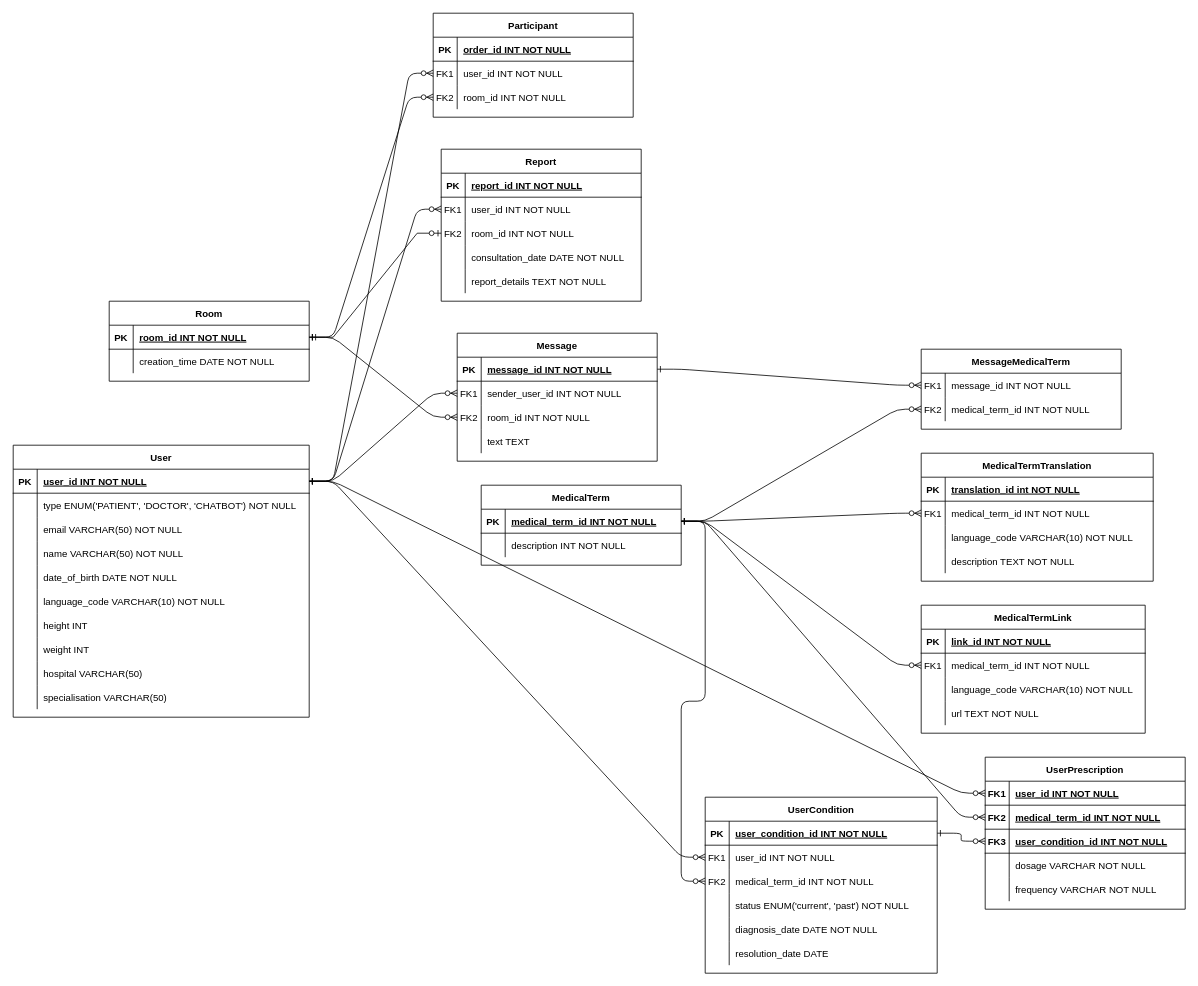
chrisrauch193/HEAL-frontend keeps this draw.io diagram as Untitled Diagram.drawio. Above is the earlier version. Source tidied: cells renumbered, new cells numbered last; positions are measured from the earlier drawing's top-left corner, leaving out a move shared by most shapes. Both pictures are drawn from the tidied source at 80%, with x=0, y=0 at pixel (13, 13).
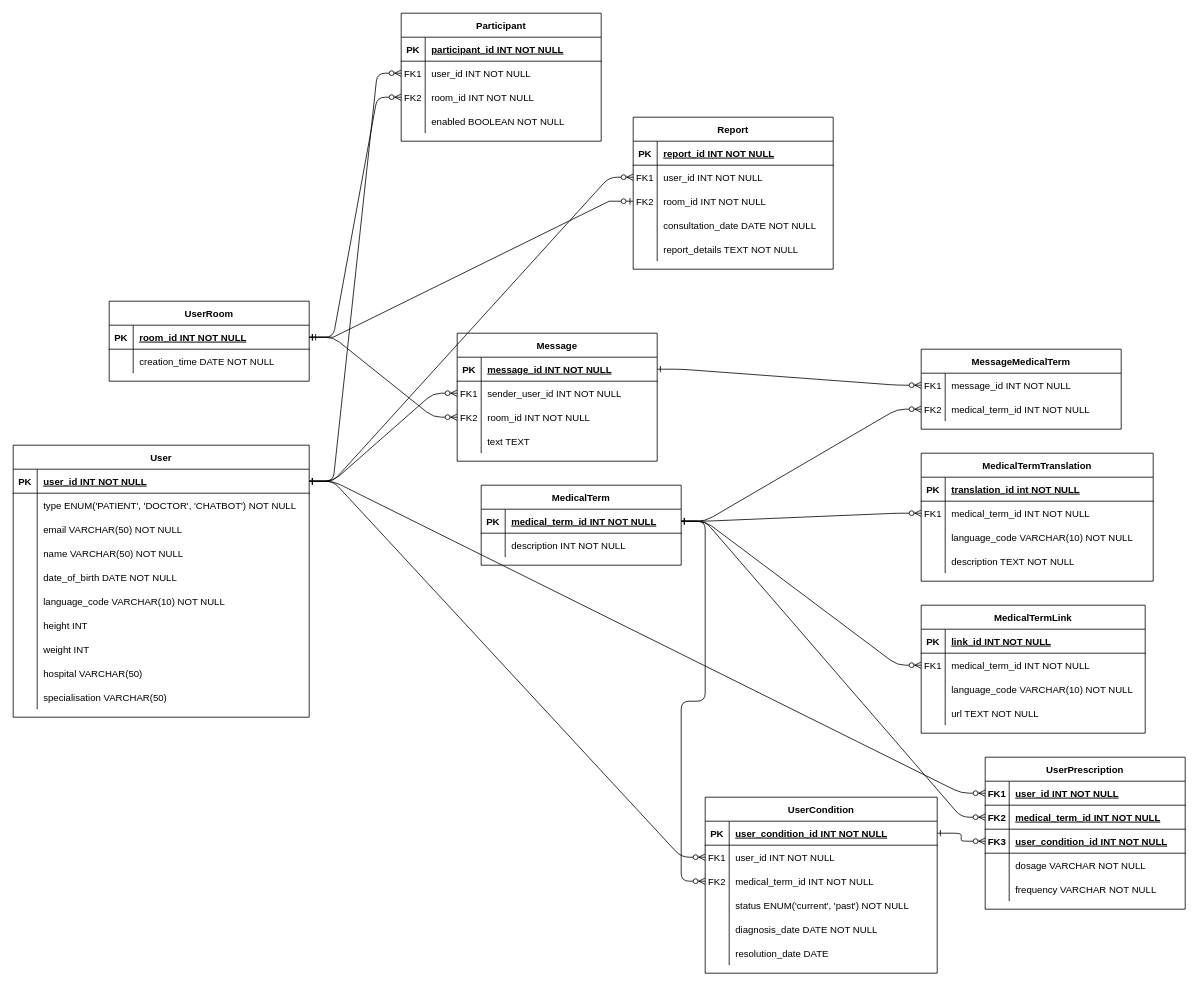
The same diagram, later.

The change refers to these unchanged cells:
```xml
<mxCell id="5" style="shape=partialRectangle;fillColor=none;top=0;left=0;right=0;bottom=1;" parent="4" vertex="1">
  <mxGeometry y="30" width="250" height="30" as="geometry" />
</mxCell>
```

Diff of the diagram source:
```diff
@@
     <mxCell id="4" value="Participant" style="shape=table;startSize=30;childLayout=tableLayout;rowLines=0;fontStyle=1;align=center;" parent="1" vertex="1">
-      <mxGeometry x="525" width="250" height="130" as="geometry" />
+      <mxGeometry x="485" width="250" height="160" as="geometry" />
     </mxCell>
@@
-    <mxCell id="7" value="order_id INT NOT NULL " style="shape=partialRectangle;overflow=hidden;fillColor=none;top=0;left=0;bottom=0;right=0;align=left;spacingLeft=6;fontStyle=5;" parent="5" vertex="1">
+    <mxCell id="7" value="participant_id INT NOT NULL " style="shape=partialRectangle;overflow=hidden;fillColor=none;top=0;left=0;bottom=0;right=0;align=left;spacingLeft=6;fontStyle=5;" parent="5" vertex="1">
       <mxGeometry x="30" width="220" height="30" as="geometry" />
     </mxCell>
@@
+    <mxCell id="169" style="shape=partialRectangle;fillColor=none;top=0;left=0;right=0;bottom=0;" parent="4" vertex="1">
+      <mxGeometry y="120" width="250" height="30" as="geometry" />
+    </mxCell>
+    <mxCell id="170" style="shape=partialRectangle;overflow=hidden;fillColor=none;top=0;left=0;bottom=0;right=0;" parent="169" vertex="1">
+      <mxGeometry width="30" height="30" as="geometry" />
+    </mxCell>
+    <mxCell id="171" value="enabled BOOLEAN NOT NULL" style="shape=partialRectangle;overflow=hidden;fillColor=none;top=0;left=0;bottom=0;right=0;align=left;spacingLeft=6;" parent="169" vertex="1">
+      <mxGeometry x="30" width="220" height="30" as="geometry" />
+    </mxCell>
-    <mxCell id="14" value="Room" style="shape=table;startSize=30;childLayout=tableLayout;rowLines=0;fontStyle=1;align=center;" parent="1" vertex="1">
+    <mxCell id="14" value="UserRoom" style="shape=table;startSize=30;childLayout=tableLayout;rowLines=0;fontStyle=1;align=center;" parent="1" vertex="1">
       <mxGeometry x="120" y="360" width="250" height="100" as="geometry" />
     </mxCell>
@@
     <mxCell id="85" value="Report" style="shape=table;startSize=30;childLayout=tableLayout;rowLines=0;fontStyle=1;align=center;" parent="1" vertex="1">
-      <mxGeometry x="535" y="170" width="250" height="190" as="geometry" />
+      <mxGeometry x="775" y="130" width="250" height="190" as="geometry" />
     </mxCell>
```
